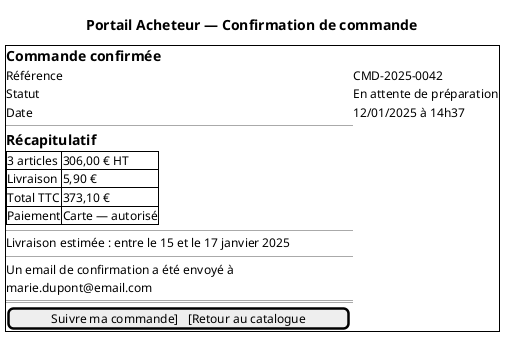
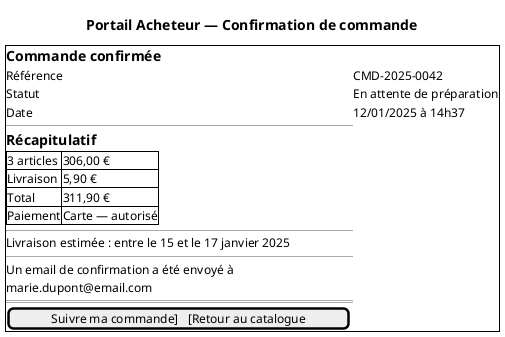
@startsalt
' Composant PA : front-acheteur (Portail Acheteur)
' Fonctions allouées : Service Commande — FS-B06 (confirmation tunnel d'achat)
' Un email de confirmation est envoyé simultanément via SendGrid (IFS-06)
title Portail Acheteur — Confirmation de commande

{+
  == Commande confirmée
  Référence      | CMD-2025-0042
  Statut         | En attente de préparation
  Date           | 12/01/2025 à 14h37
  --
  == Récapitulatif
  {#
-     3 articles | 306,00 € HT
+     3 articles | 306,00 €
    Livraison  | 5,90 €
-     Total TTC  | 373,10 €
+     Total      | 311,90 €
    Paiement   | Carte — autorisé
  }
  --
  Livraison estimée : entre le 15 et le 17 janvier 2025
  --
  Un email de confirmation a été envoyé à
  marie.dupont@email.com
  ==
  [Suivre ma commande]   [Retour au catalogue]
}
@endsalt
